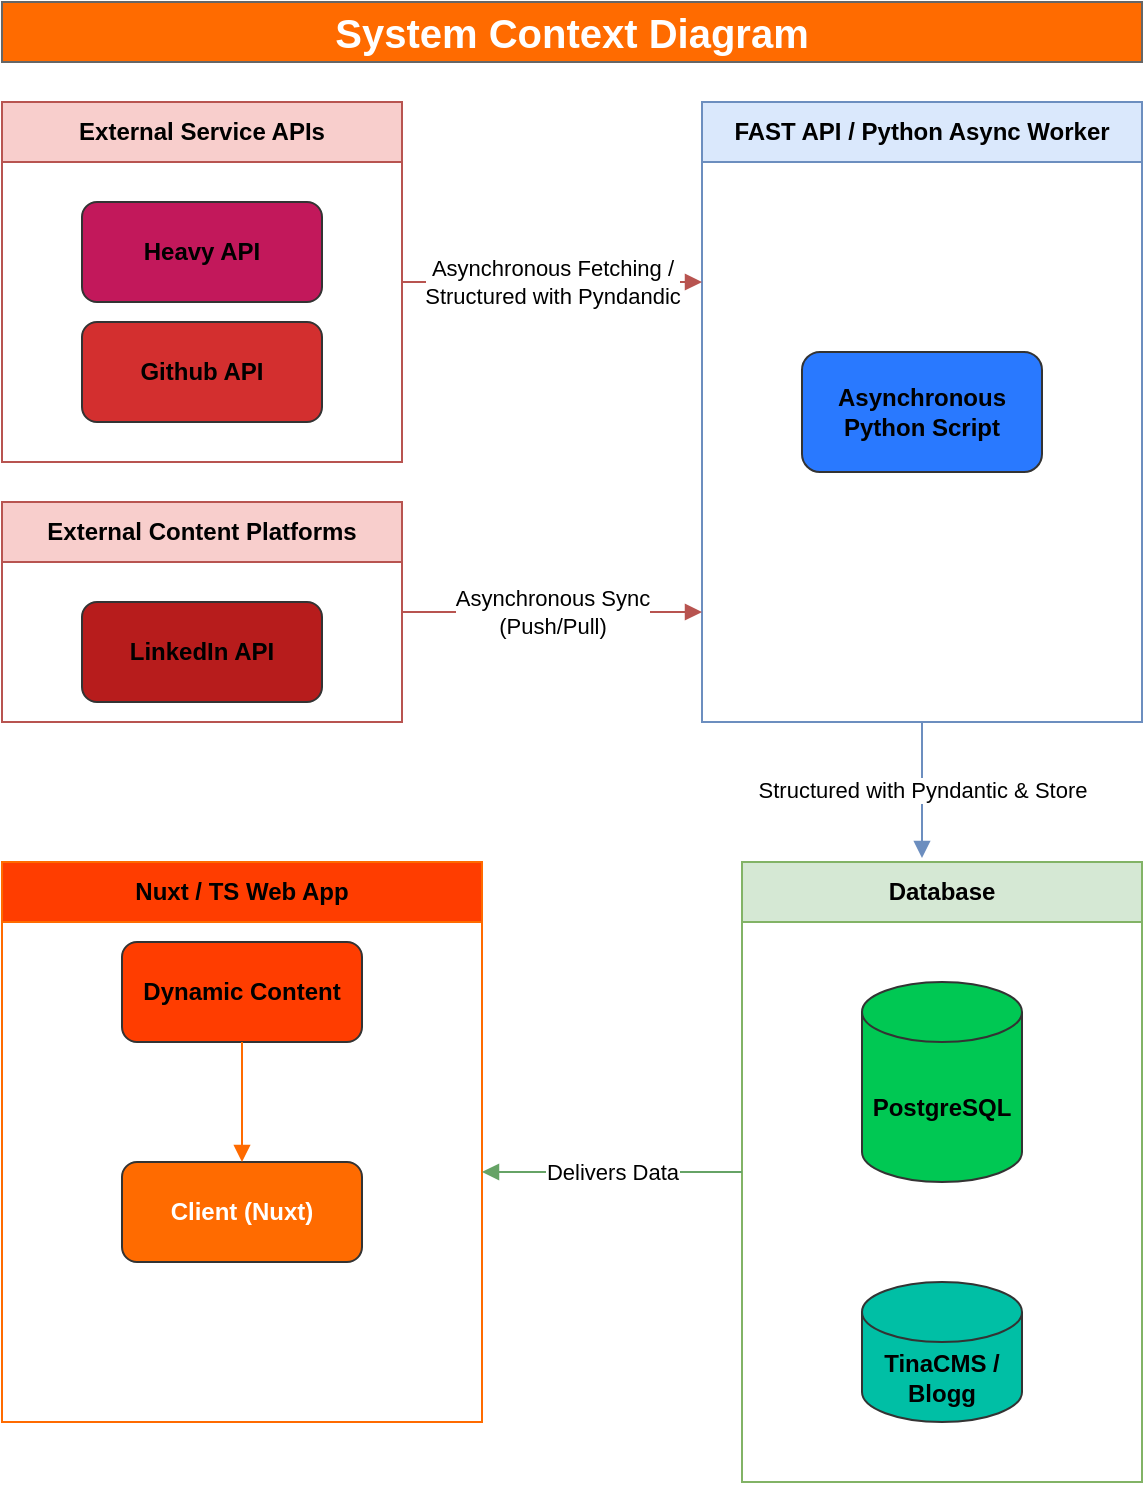
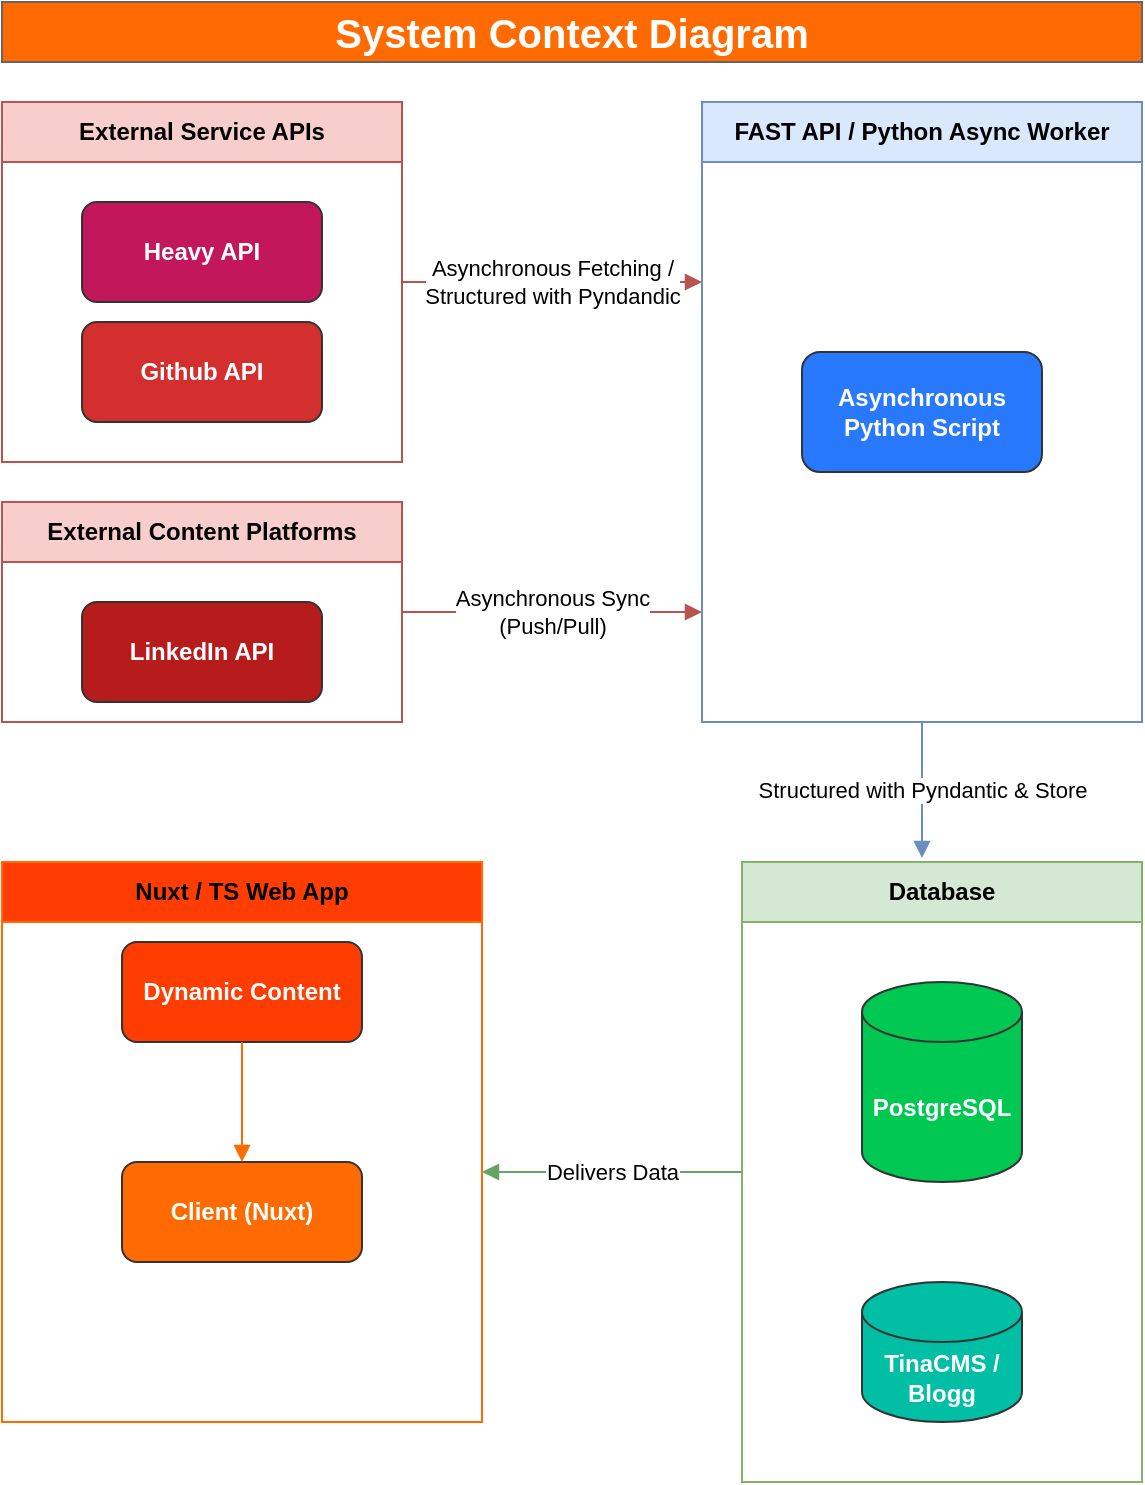
<mxfile host="65bd71144e">
    <diagram id="context-diagram" name="System Context Diagram">
        <mxGraphModel dx="1164" dy="629" grid="1" gridSize="10" guides="1" tooltips="1" connect="1" arrows="1" fold="1" page="1" pageScale="1" pageWidth="1169" pageHeight="827" math="0" shadow="0">
            <root>
                <mxCell id="0"/>
                <mxCell id="1" parent="0"/>
                <mxCell id="context-title" value="System Context Diagram" style="text;html=1;strokeColor=#666666;fillColor=#FF6B00;fontColor=#ffffff;align=center;verticalAlign=middle;whiteSpace=wrap;rounded=0;fontSize=20;fontStyle=1;" parent="1" vertex="1">
                    <mxGeometry x="40" width="570" height="30" as="geometry"/>
                </mxCell>
                <mxCell id="group-ext-service" value="External Service APIs" style="swimlane;whiteSpace=wrap;html=1;fillColor=#f8cecc;strokeColor=#b85450;startSize=30;fontStyle=1;" parent="1" vertex="1">
                    <mxGeometry x="40" y="50" width="200" height="180" as="geometry"/>
                </mxCell>
-                 <mxCell id="node-heavy" value="Heavy API" style="rounded=1;whiteSpace=wrap;html=1;fillColor=#C2185B;strokeColor=#333333;fontStyle=1" parent="group-ext-service" vertex="1">
+                 <mxCell id="node-heavy" value="Heavy API" style="rounded=1;whiteSpace=wrap;html=1;fillColor=#C2185B;strokeColor=#333333;fontStyle=1;fontColor=#FFFFFF;" parent="group-ext-service" vertex="1">
                    <mxGeometry x="40" y="50" width="120" height="50" as="geometry"/>
                </mxCell>
-                 <mxCell id="node-github" value="Github API" style="rounded=1;whiteSpace=wrap;html=1;fillColor=#D32F2F;strokeColor=#333333;fontStyle=1" parent="group-ext-service" vertex="1">
+                 <mxCell id="node-github" value="Github API" style="rounded=1;whiteSpace=wrap;html=1;fillColor=#D32F2F;strokeColor=#333333;fontStyle=1;fontColor=#FFFFFF;" parent="group-ext-service" vertex="1">
                    <mxGeometry x="40" y="110" width="120" height="50" as="geometry"/>
                </mxCell>
                <mxCell id="group-ext-content" value="External Content Platforms" style="swimlane;whiteSpace=wrap;html=1;fillColor=#f8cecc;strokeColor=#B85450;startSize=30;fontStyle=1;" parent="1" vertex="1">
                    <mxGeometry x="40" y="250" width="200" height="110" as="geometry"/>
                </mxCell>
-                 <mxCell id="node-linkedin" value="LinkedIn API" style="rounded=1;whiteSpace=wrap;html=1;fillColor=#B71C1C;strokeColor=#333333;fontStyle=1" parent="group-ext-content" vertex="1">
+                 <mxCell id="node-linkedin" value="LinkedIn API" style="rounded=1;whiteSpace=wrap;html=1;fillColor=#B71C1C;strokeColor=#333333;fontStyle=1;fontColor=#FFFFFF;" parent="group-ext-content" vertex="1">
                    <mxGeometry x="40" y="50" width="120" height="50" as="geometry"/>
                </mxCell>
                <mxCell id="group-backend" value="FAST API / Python Async Worker" style="swimlane;whiteSpace=wrap;html=1;fillColor=#dae8fc;strokeColor=#6c8ebf;startSize=30;fontStyle=1;" parent="1" vertex="1">
                    <mxGeometry x="390" y="50" width="220" height="310" as="geometry"/>
                </mxCell>
-                 <mxCell id="node-python" value="Asynchronous&#xa;Python Script" style="rounded=1;whiteSpace=wrap;html=1;fillColor=#2979FF;strokeColor=#333333;fontStyle=1" parent="group-backend" vertex="1">
+                 <mxCell id="node-python" value="Asynchronous&#xa;Python Script" style="rounded=1;whiteSpace=wrap;html=1;fillColor=#2979FF;strokeColor=#333333;fontStyle=1;fontColor=#FFFFFF;" parent="group-backend" vertex="1">
                    <mxGeometry x="50" y="125" width="120" height="60" as="geometry"/>
                </mxCell>
                <mxCell id="group-db" value="Database" style="swimlane;whiteSpace=wrap;html=1;fillColor=#d5e8d4;strokeColor=#82b366;startSize=30;fontStyle=1;" parent="1" vertex="1">
                    <mxGeometry x="410" y="430" width="200" height="310" as="geometry"/>
                </mxCell>
-                 <mxCell id="node-postgres" value="PostgreSQL" style="shape=cylinder3;whiteSpace=wrap;html=1;boundedLbl=1;backgroundOutline=1;size=15;fillColor=#00C853;strokeColor=#333333;fontStyle=1" parent="group-db" vertex="1">
+                 <mxCell id="node-postgres" value="PostgreSQL" style="shape=cylinder3;whiteSpace=wrap;html=1;boundedLbl=1;backgroundOutline=1;size=15;fillColor=#00C853;strokeColor=#333333;fontStyle=1;fontColor=#FFFFFF;" parent="group-db" vertex="1">
                    <mxGeometry x="60" y="60" width="80" height="100" as="geometry"/>
                </mxCell>
-                 <mxCell id="node-tina" value="TinaCMS / Blogg" style="shape=cylinder3;whiteSpace=wrap;html=1;boundedLbl=1;backgroundOutline=1;size=15;fillColor=#00BFA5;strokeColor=#333333;fontStyle=1" parent="group-db" vertex="1">
+                 <mxCell id="node-tina" value="TinaCMS / Blogg" style="shape=cylinder3;whiteSpace=wrap;html=1;boundedLbl=1;backgroundOutline=1;size=15;fillColor=#00BFA5;strokeColor=#333333;fontStyle=1;fontColor=#FFFFFF;" parent="group-db" vertex="1">
                    <mxGeometry x="60" y="210" width="80" height="70" as="geometry"/>
                </mxCell>
                <mxCell id="group-frontend" value="Nuxt / TS Web App" style="swimlane;whiteSpace=wrap;html=1;fillColor=#FF3D00;strokeColor=#FF6B00;startSize=30;fontStyle=1;" parent="1" vertex="1">
                    <mxGeometry x="40" y="430" width="240" height="280" as="geometry"/>
                </mxCell>
                <mxCell id="node-nuxt" value="Client (Nuxt)" style="rounded=1;whiteSpace=wrap;html=1;fillColor=#FF6B00;fontColor=#ffffff;strokeColor=#333333;fontStyle=1" parent="group-frontend" vertex="1">
                    <mxGeometry x="60" y="150" width="120" height="50" as="geometry"/>
                </mxCell>
-                 <mxCell id="node-dynamic" value="Dynamic Content" style="rounded=1;whiteSpace=wrap;html=1;fillColor=#FF3D00;strokeColor=#333333;fontStyle=1" parent="group-frontend" vertex="1">
+                 <mxCell id="node-dynamic" value="Dynamic Content" style="rounded=1;whiteSpace=wrap;html=1;fillColor=#FF3D00;strokeColor=#333333;fontStyle=1;fontColor=#FFFFFF;" parent="group-frontend" vertex="1">
                    <mxGeometry x="60" y="40" width="120" height="50" as="geometry"/>
                </mxCell>
                <mxCell id="edge4" value="" style="endArrow=block;endFill=1;html=1;exitX=0.5;exitY=1;exitDx=0;exitDy=0;entryX=0.5;entryY=0;entryDx=0;entryDy=0;strokeColor=#FF6B00;" parent="group-frontend" source="node-dynamic" target="node-nuxt" edge="1">
                    <mxGeometry relative="1" as="geometry"/>
                </mxCell>
                <mxCell id="edge1a" value="Asynchronous Fetching /&lt;br&gt;Structured with Pyndandic" style="endArrow=block;endFill=1;html=1;exitX=1;exitY=0.5;exitDx=0;exitDy=0;strokeColor=#B85450;" parent="1" source="group-ext-service" edge="1">
                    <mxGeometry relative="1" as="geometry">
                        <mxPoint x="390" y="140" as="targetPoint"/>
                    </mxGeometry>
                </mxCell>
                <mxCell id="edge1b" value="Asynchronous Sync&lt;div&gt;(Push/Pull)&lt;/div&gt;" style="endArrow=block;endFill=1;html=1;exitX=1;exitY=0.5;exitDx=0;exitDy=0;strokeColor=#B85450;" parent="1" source="group-ext-content" edge="1">
                    <mxGeometry relative="1" as="geometry">
                        <mxPoint x="390" y="305" as="targetPoint"/>
                    </mxGeometry>
                </mxCell>
                <mxCell id="edge2" value="Structured with Pyndantic &amp;amp; Store" style="endArrow=block;endFill=1;html=1;exitX=0.5;exitY=1;exitDx=0;exitDy=0;strokeColor=#6C8EBF;" parent="1" source="group-backend" edge="1">
                    <mxGeometry relative="1" as="geometry">
                        <mxPoint x="500" y="428" as="targetPoint"/>
                    </mxGeometry>
                </mxCell>
                <mxCell id="edge3" value="Delivers Data" style="endArrow=block;endFill=1;html=1;exitX=0;exitY=0.5;exitDx=0;exitDy=0;strokeColor=#66A366;" parent="1" source="group-db" edge="1">
                    <mxGeometry relative="1" as="geometry">
                        <mxPoint x="280" y="585" as="targetPoint"/>
                    </mxGeometry>
                </mxCell>
            </root>
        </mxGraphModel>
    </diagram>
</mxfile>